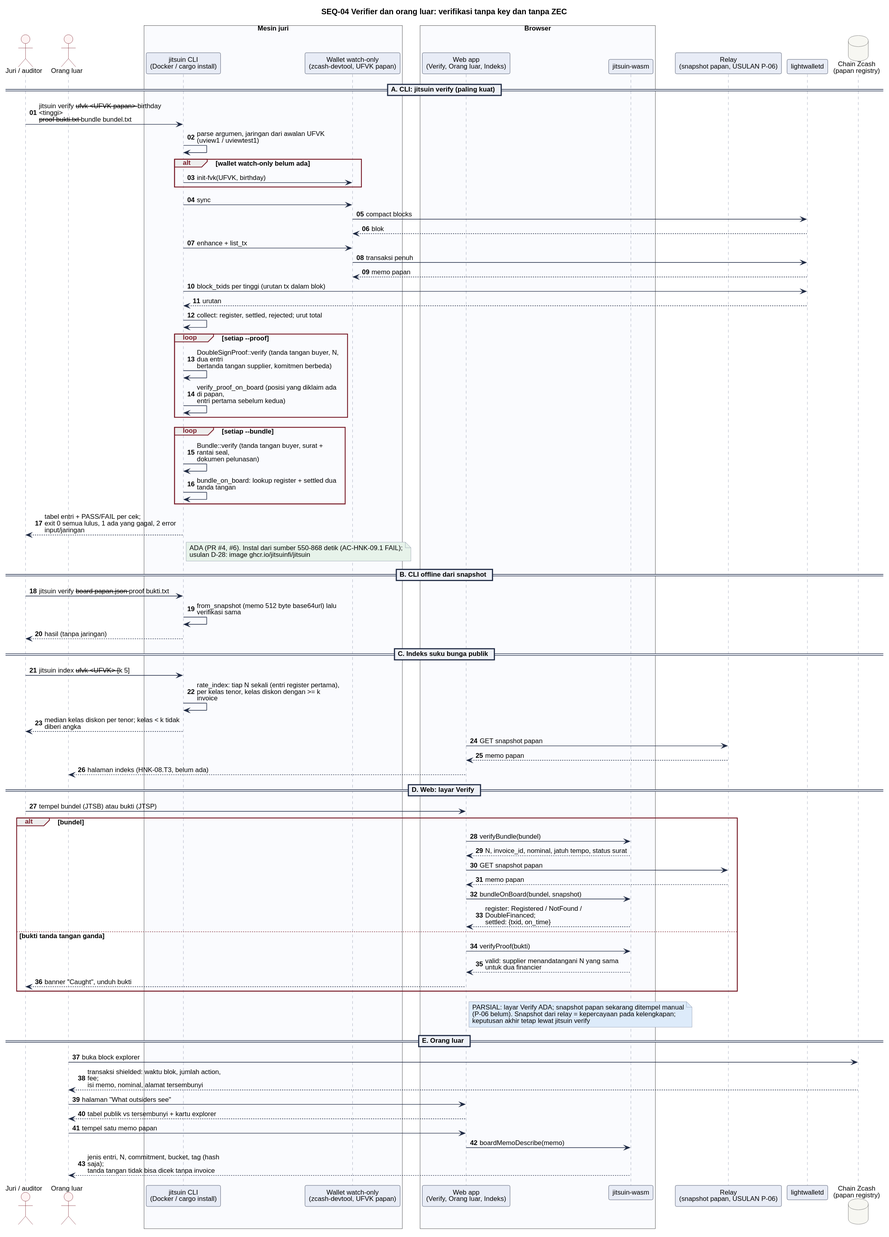
JitsuinFi/jitsuinfi-vault keeps this PlantUML diagram as 08-FlowDiagrams/assets/seq-04-verifier.svg. Above is the earlier version. Source of this version:
```plantuml
@startuml
!include seq-style.iuml
title SEQ-04 Verifier dan orang luar: verifikasi tanpa key dan tanpa ZEC
actor "Juri / auditor" as J
actor "Orang luar" as OL
box "Mesin juri" #FAFBFE
  participant "jitsuin CLI\n(Docker / cargo install)" as CLI
  participant "Wallet watch-only\n(zcash-devtool, UFVK papan)" as WB
end box
box "Browser" #FAFBFE
  participant "Web app\n(Verify, Orang luar, Indeks)" as W
  participant "jitsuin-wasm" as X
end box
participant "Relay\n(snapshot papan, USULAN P-06)" as R
participant "lightwalletd" as LW
database "Chain Zcash\n(papan registry)" as C

== A. CLI: jitsuin verify (paling kuat) ==
J -> CLI : jitsuin verify --ufvk <UFVK papan> --birthday <tinggi>\n--proof bukti.txt --bundle bundel.txt
CLI -> CLI : parse argumen, jaringan dari awalan UFVK (uview1 / uviewtest1)
alt wallet watch-only belum ada
  CLI -> WB : init-fvk(UFVK, birthday)
end
CLI -> WB : sync
WB -> LW : compact blocks
LW --> WB : blok
CLI -> WB : enhance + list_tx
WB -> LW : transaksi penuh
LW --> WB : memo papan
CLI -> LW : block_txids per tinggi (urutan tx dalam blok)
LW --> CLI : urutan
CLI -> CLI : collect: register, settled, rejected; urut total
loop setiap --proof
  CLI -> CLI : DoubleSignProof::verify (tanda tangan buyer, N, dua entri\nbertanda tangan supplier, komitmen berbeda)
  CLI -> CLI : verify_proof_on_board (posisi yang diklaim ada di papan,\nentri pertama sebelum kedua)
end
loop setiap --bundle
  CLI -> CLI : Bundle::verify (tanda tangan buyer, surat + rantai seal,\ndokumen pelunasan)
  CLI -> CLI : bundle_on_board: lookup register + settled dua tanda tangan
end
CLI --> J : tabel entri + PASS/FAIL per cek;\nexit 0 semua lulus, 1 ada yang gagal, 2 error input/jaringan
note right of CLI #E7F3EA
ADA (PR #4, #6). Instal dari sumber 550-868 detik (AC-HNK-09.1 FAIL);
usulan D-28: image ghcr.io/jitsuinfi/jitsuin
end note

== B. CLI offline dari snapshot ==
J -> CLI : jitsuin verify --board papan.json --proof bukti.txt
CLI -> CLI : from_snapshot (memo 512 byte base64url) lalu verifikasi sama
CLI --> J : hasil (tanpa jaringan)

== C. Indeks suku bunga publik ==
J -> CLI : jitsuin index --ufvk <UFVK> [--k 5]
CLI -> CLI : rate_index: tiap N sekali (entri register pertama),\nper kelas tenor, kelas diskon dengan >= k invoice
CLI --> J : median kelas diskon per tenor; kelas < k tidak diberi angka
W -> R : GET snapshot papan
R --> W : memo papan
W --> OL : halaman indeks (HNK-08.T3, belum ada)

== D. Web: layar Verify ==
J -> W : tempel bundel (JTSB) atau bukti (JTSP)
alt bundel
  W -> X : verifyBundle(bundel)
  X --> W : N, invoice_id, nominal, jatuh tempo, status surat
  W -> R : GET snapshot papan
  R --> W : memo papan
  W -> X : bundleOnBoard(bundel, snapshot)
  X --> W : register: Registered / NotFound / DoubleFinanced;\nsettled: {txid, on_time}
else bukti tanda tangan ganda
  W -> X : verifyProof(bukti)
  X --> W : valid: supplier menandatangani N yang sama untuk dua financier
  W --> J : banner "Caught", unduh bukti
end
note right of W #DDEBFA
PARSIAL: layar Verify ADA; snapshot papan sekarang ditempel manual
(P-06 belum). Snapshot dari relay = kepercayaan pada kelengkapan;
keputusan akhir tetap lewat jitsuin verify
end note

== E. Orang luar ==
OL -> C : buka block explorer
C --> OL : transaksi shielded: waktu blok, jumlah action, fee;\nisi memo, nominal, alamat tersembunyi
OL -> W : halaman "What outsiders see"
W --> OL : tabel publik vs tersembunyi + kartu explorer
OL -> W : tempel satu memo papan
W -> X : boardMemoDescribe(memo)
X --> OL : jenis entri, N, commitment, bucket, tag (hash saja);\ntanda tangan tidak bisa dicek tanpa invoice
@enduml
```
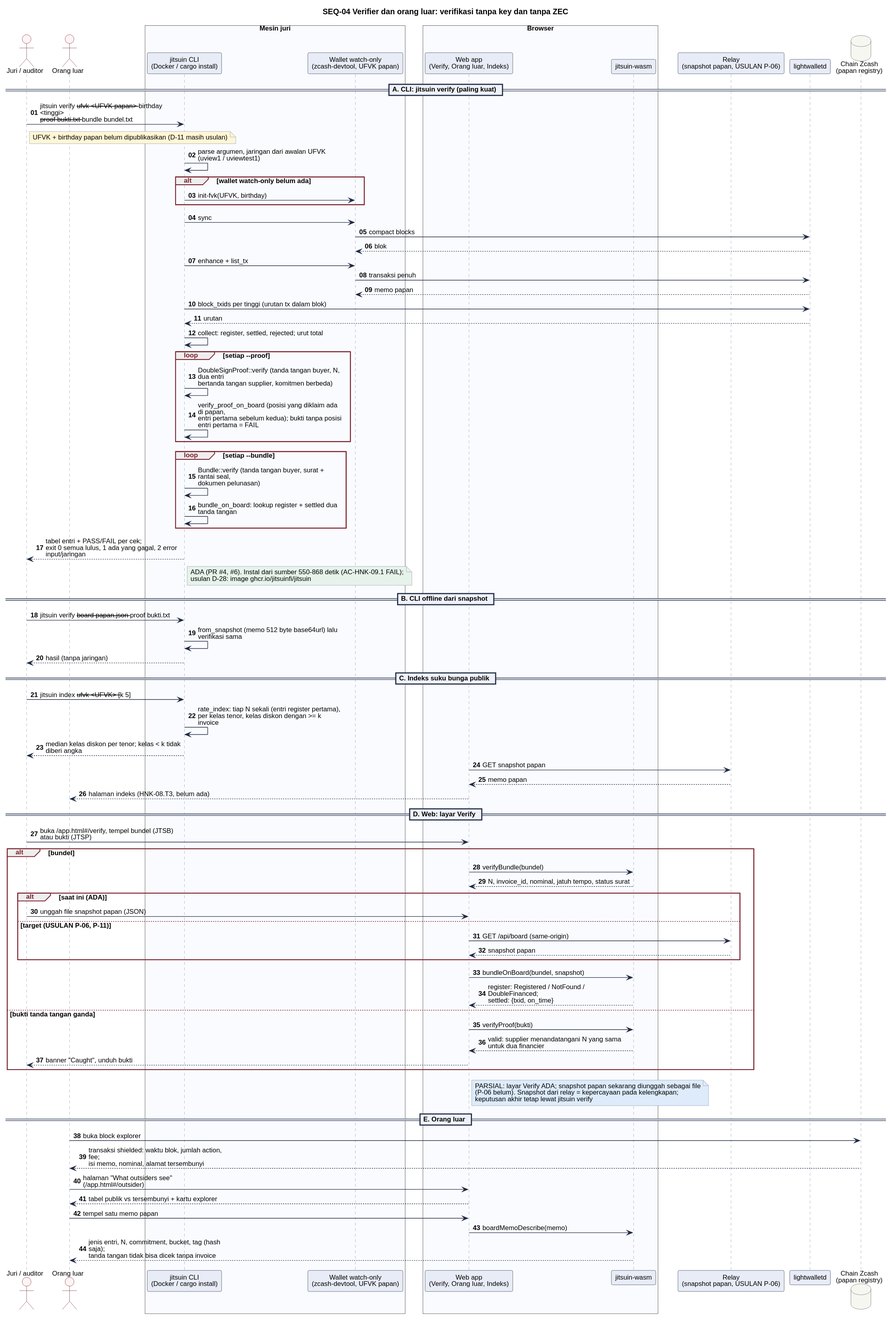
After the change.

The edit, as a diff of the source:
```diff
@@ -17,6 +17,7 @@
 
 == A. CLI: jitsuin verify (paling kuat) ==
 J -> CLI : jitsuin verify --ufvk <UFVK papan> --birthday <tinggi>\n--proof bukti.txt --bundle bundel.txt
+note right of J #FFF6D6 : UFVK + birthday papan belum dipublikasikan (D-11 masih usulan)
 CLI -> CLI : parse argumen, jaringan dari awalan UFVK (uview1 / uviewtest1)
 alt wallet watch-only belum ada
   CLI -> WB : init-fvk(UFVK, birthday)
@@ -32,7 +33,7 @@
 CLI -> CLI : collect: register, settled, rejected; urut total
 loop setiap --proof
   CLI -> CLI : DoubleSignProof::verify (tanda tangan buyer, N, dua entri\nbertanda tangan supplier, komitmen berbeda)
-  CLI -> CLI : verify_proof_on_board (posisi yang diklaim ada di papan,\nentri pertama sebelum kedua)
+  CLI -> CLI : verify_proof_on_board (posisi yang diklaim ada di papan,\nentri pertama sebelum kedua); bukti tanpa posisi entri pertama = FAIL
 end
 loop setiap --bundle
   CLI -> CLI : Bundle::verify (tanda tangan buyer, surat + rantai seal,\ndokumen pelunasan)
@@ -58,12 +59,16 @@
 W --> OL : halaman indeks (HNK-08.T3, belum ada)
 
 == D. Web: layar Verify ==
-J -> W : tempel bundel (JTSB) atau bukti (JTSP)
+J -> W : buka /app.html#/verify, tempel bundel (JTSB) atau bukti (JTSP)
 alt bundel
   W -> X : verifyBundle(bundel)
   X --> W : N, invoice_id, nominal, jatuh tempo, status surat
-  W -> R : GET snapshot papan
-  R --> W : memo papan
+  alt saat ini (ADA)
+    J -> W : unggah file snapshot papan (JSON)
+  else target (USULAN P-06, P-11)
+    W -> R : GET /api/board (same-origin)
+    R --> W : snapshot papan
+  end
   W -> X : bundleOnBoard(bundel, snapshot)
   X --> W : register: Registered / NotFound / DoubleFinanced;\nsettled: {txid, on_time}
 else bukti tanda tangan ganda
@@ -72,7 +77,7 @@
   W --> J : banner "Caught", unduh bukti
 end
 note right of W #DDEBFA
-PARSIAL: layar Verify ADA; snapshot papan sekarang ditempel manual
+PARSIAL: layar Verify ADA; snapshot papan sekarang diunggah sebagai file
 (P-06 belum). Snapshot dari relay = kepercayaan pada kelengkapan;
 keputusan akhir tetap lewat jitsuin verify
 end note
@@ -80,7 +85,7 @@
 == E. Orang luar ==
 OL -> C : buka block explorer
 C --> OL : transaksi shielded: waktu blok, jumlah action, fee;\nisi memo, nominal, alamat tersembunyi
-OL -> W : halaman "What outsiders see"
+OL -> W : halaman "What outsiders see" (/app.html#/outsider)
 W --> OL : tabel publik vs tersembunyi + kartu explorer
 OL -> W : tempel satu memo papan
 W -> X : boardMemoDescribe(memo)
```
